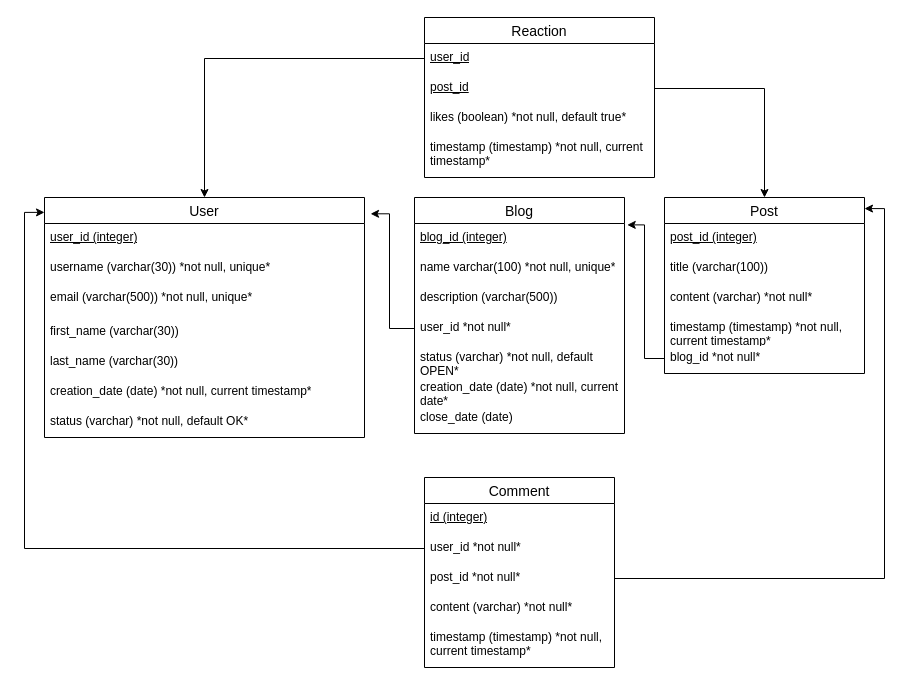
Earlier version of the draw.io diagram page "DB" (2 of 2) of DB.drawio (piatrashkakanstantinass/vu-dbvs). Source tidied: cells renumbered, new cells numbered last; positions are measured from the earlier drawing's top-left corner, leaving out a move shared by most shapes. Both pictures are drawn from the tidied source at 100%, with x=0, y=0 at pixel (44, 17).
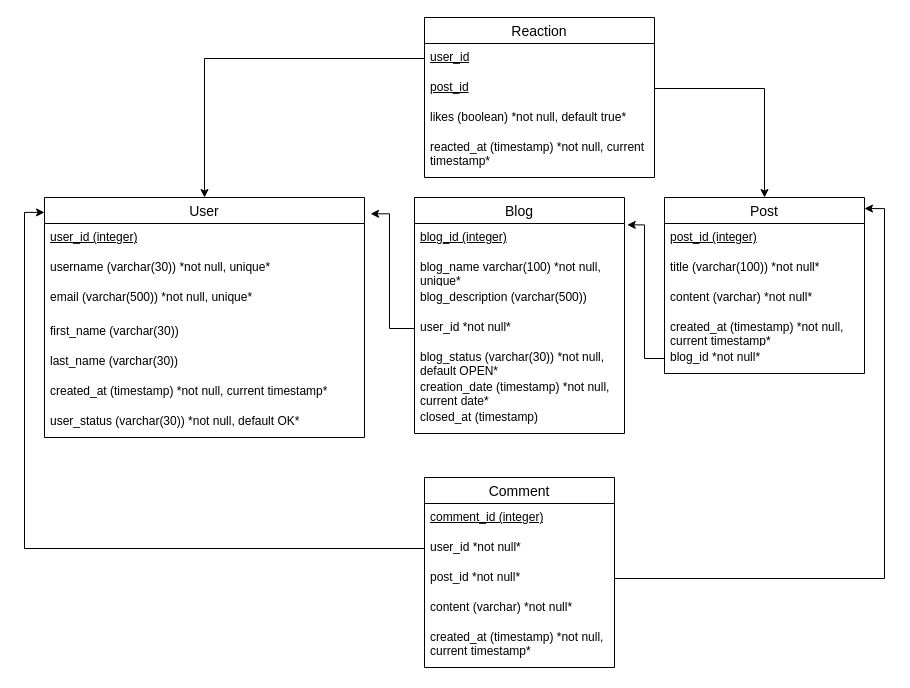
The same diagram, later.

The change refers to these unchanged cells:
```xml
<mxCell id="2" value="User" style="swimlane;fontStyle=0;horizontal=1;startSize=26;align=center;fontSize=14;" parent="1" vertex="1">
  <mxGeometry y="180" width="320" height="240" as="geometry" />
</mxCell>
<mxCell id="10" value="Blog" style="swimlane;fontStyle=0;horizontal=1;startSize=26;align=center;fontSize=14;" parent="1" vertex="1">
  <mxGeometry x="370" y="180" width="210" height="236" as="geometry" />
</mxCell>
<mxCell id="18" value="Post" style="swimlane;fontStyle=0;horizontal=1;startSize=26;align=center;fontSize=14;" parent="1" vertex="1">
  <mxGeometry x="620" y="180" width="200" height="176" as="geometry" />
</mxCell>
<mxCell id="24" value="Comment" style="swimlane;fontStyle=0;horizontal=1;startSize=26;align=center;fontSize=14;" parent="1" vertex="1">
  <mxGeometry x="380" y="460" width="190" height="190" as="geometry" />
</mxCell>
<mxCell id="30" value="Reaction" style="swimlane;fontStyle=0;horizontal=1;startSize=26;align=center;fontSize=14;" parent="1" vertex="1">
  <mxGeometry x="380" width="230" height="160" as="geometry" />
</mxCell>
```

Diff of the diagram source:
```diff
@@
-    <mxCell id="8" value="creation_date (date) *not null, current timestamp*" style="text;strokeColor=none;fillColor=none;spacingLeft=4;spacingRight=4;overflow=hidden;fontSize=12;whiteSpace=wrap;html=1;" parent="2" vertex="1">
+    <mxCell id="8" value="created_at (timestamp) *not null, current timestamp*" style="text;strokeColor=none;fillColor=none;spacingLeft=4;spacingRight=4;overflow=hidden;fontSize=12;whiteSpace=wrap;html=1;" parent="2" vertex="1">
       <mxGeometry y="180" width="320" height="30" as="geometry" />
     </mxCell>
-    <mxCell id="9" value="status (varchar) *not null, default OK*" style="text;strokeColor=none;fillColor=none;spacingLeft=4;spacingRight=4;overflow=hidden;fontSize=12;whiteSpace=wrap;html=1;" parent="2" vertex="1">
+    <mxCell id="9" value="user_status (varchar(30)) *not null, default OK*" style="text;strokeColor=none;fillColor=none;spacingLeft=4;spacingRight=4;overflow=hidden;fontSize=12;whiteSpace=wrap;html=1;" parent="2" vertex="1">
       <mxGeometry y="210" width="320" height="30" as="geometry" />
     </mxCell>
@@
-    <mxCell id="12" value="name varchar(100) *not null, unique*" style="text;strokeColor=none;fillColor=none;spacingLeft=4;spacingRight=4;overflow=hidden;fontSize=12;whiteSpace=wrap;html=1;" parent="10" vertex="1">
+    <mxCell id="12" value="blog_name varchar(100) *not null, unique*" style="text;strokeColor=none;fillColor=none;spacingLeft=4;spacingRight=4;overflow=hidden;fontSize=12;whiteSpace=wrap;html=1;" parent="10" vertex="1">
       <mxGeometry y="56" width="210" height="30" as="geometry" />
     </mxCell>
-    <mxCell id="13" value="description (varchar(500))" style="text;strokeColor=none;fillColor=none;spacingLeft=4;spacingRight=4;overflow=hidden;fontSize=12;whiteSpace=wrap;html=1;" parent="10" vertex="1">
+    <mxCell id="13" value="blog_description (varchar(500))" style="text;strokeColor=none;fillColor=none;spacingLeft=4;spacingRight=4;overflow=hidden;fontSize=12;whiteSpace=wrap;html=1;" parent="10" vertex="1">
       <mxGeometry y="86" width="210" height="30" as="geometry" />
     </mxCell>
@@
-    <mxCell id="15" value="status (varchar) *not null, default OPEN*" style="text;strokeColor=none;fillColor=none;spacingLeft=4;spacingRight=4;overflow=hidden;fontSize=12;whiteSpace=wrap;html=1;" parent="10" vertex="1">
+    <mxCell id="15" value="blog_status (varchar(30)) *not null, default OPEN*" style="text;strokeColor=none;fillColor=none;spacingLeft=4;spacingRight=4;overflow=hidden;fontSize=12;whiteSpace=wrap;html=1;" parent="10" vertex="1">
       <mxGeometry y="146" width="210" height="30" as="geometry" />
     </mxCell>
-    <mxCell id="16" value="creation_date (date) *not null, current date*" style="text;strokeColor=none;fillColor=none;spacingLeft=4;spacingRight=4;overflow=hidden;fontSize=12;whiteSpace=wrap;html=1;" parent="10" vertex="1">
+    <mxCell id="16" value="creation_date (timestamp) *not null, current date*" style="text;strokeColor=none;fillColor=none;spacingLeft=4;spacingRight=4;overflow=hidden;fontSize=12;whiteSpace=wrap;html=1;" parent="10" vertex="1">
       <mxGeometry y="176" width="210" height="30" as="geometry" />
     </mxCell>
-    <mxCell id="17" value="close_date (date)" style="text;strokeColor=none;fillColor=none;spacingLeft=4;spacingRight=4;overflow=hidden;fontSize=12;whiteSpace=wrap;html=1;" parent="10" vertex="1">
+    <mxCell id="17" value="closed_at (timestamp)" style="text;strokeColor=none;fillColor=none;spacingLeft=4;spacingRight=4;overflow=hidden;fontSize=12;whiteSpace=wrap;html=1;" parent="10" vertex="1">
       <mxGeometry y="206" width="210" height="30" as="geometry" />
     </mxCell>
@@
-    <mxCell id="20" value="title (varchar(100))" style="text;strokeColor=none;fillColor=none;spacingLeft=4;spacingRight=4;overflow=hidden;fontSize=12;whiteSpace=wrap;html=1;" parent="18" vertex="1">
+    <mxCell id="20" value="title (varchar(100)) *not null*" style="text;strokeColor=none;fillColor=none;spacingLeft=4;spacingRight=4;overflow=hidden;fontSize=12;whiteSpace=wrap;html=1;" parent="18" vertex="1">
       <mxGeometry y="56" width="200" height="30" as="geometry" />
     </mxCell>
@@
-    <mxCell id="22" value="timestamp (timestamp) *not null, current timestamp*" style="text;strokeColor=none;fillColor=none;spacingLeft=4;spacingRight=4;overflow=hidden;fontSize=12;whiteSpace=wrap;html=1;" parent="18" vertex="1">
+    <mxCell id="22" value="created_at (timestamp) *not null, current timestamp*" style="text;strokeColor=none;fillColor=none;spacingLeft=4;spacingRight=4;overflow=hidden;fontSize=12;whiteSpace=wrap;html=1;" parent="18" vertex="1">
       <mxGeometry y="116" width="200" height="30" as="geometry" />
     </mxCell>
@@
-    <mxCell id="25" value="&lt;u&gt;id (integer)&lt;/u&gt;" style="text;strokeColor=none;fillColor=none;spacingLeft=4;spacingRight=4;overflow=hidden;fontSize=12;whiteSpace=wrap;html=1;" parent="24" vertex="1">
+    <mxCell id="25" value="&lt;u&gt;comment_id (integer)&lt;/u&gt;" style="text;strokeColor=none;fillColor=none;spacingLeft=4;spacingRight=4;overflow=hidden;fontSize=12;whiteSpace=wrap;html=1;" parent="24" vertex="1">
       <mxGeometry y="26" width="190" height="30" as="geometry" />
     </mxCell>
@@
-    <mxCell id="29" value="timestamp (timestamp) *not null, current timestamp*" style="text;strokeColor=none;fillColor=none;spacingLeft=4;spacingRight=4;overflow=hidden;fontSize=12;whiteSpace=wrap;html=1;" parent="24" vertex="1">
+    <mxCell id="29" value="created_at (timestamp) *not null, current timestamp*" style="text;strokeColor=none;fillColor=none;spacingLeft=4;spacingRight=4;overflow=hidden;fontSize=12;whiteSpace=wrap;html=1;" parent="24" vertex="1">
       <mxGeometry y="146" width="190" height="44" as="geometry" />
     </mxCell>
@@
-    <mxCell id="34" value="timestamp (timestamp) *not null, current timestamp*" style="text;strokeColor=none;fillColor=none;spacingLeft=4;spacingRight=4;overflow=hidden;fontSize=12;whiteSpace=wrap;html=1;" parent="30" vertex="1">
+    <mxCell id="34" value="reacted_at (timestamp) *not null, current timestamp*" style="text;strokeColor=none;fillColor=none;spacingLeft=4;spacingRight=4;overflow=hidden;fontSize=12;whiteSpace=wrap;html=1;" parent="30" vertex="1">
       <mxGeometry y="116" width="230" height="44" as="geometry" />
     </mxCell>
```
